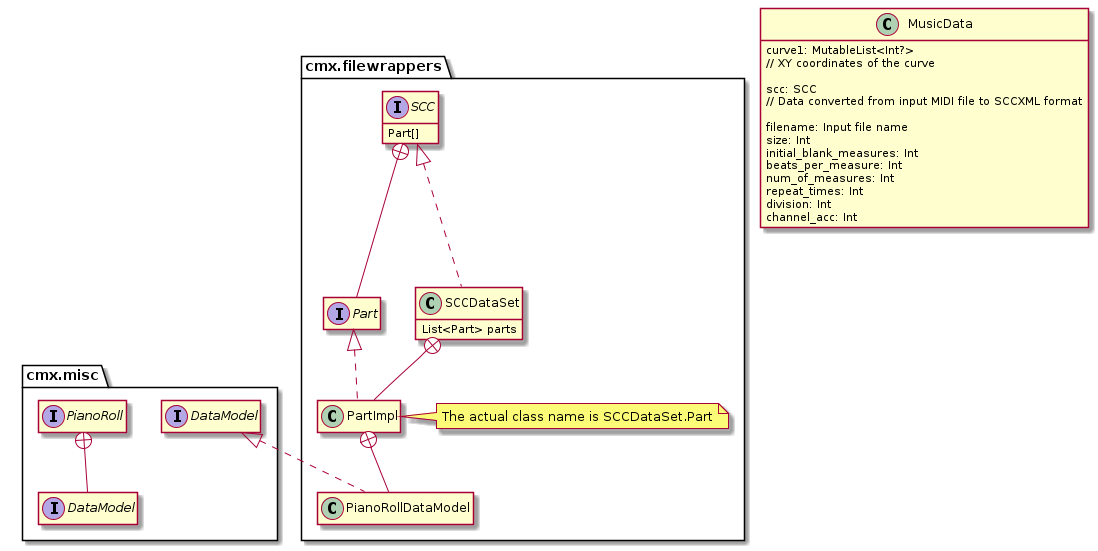
Before: diagrams/test3.png, a diagram exported from PlantUML (fujiij/plantuml).
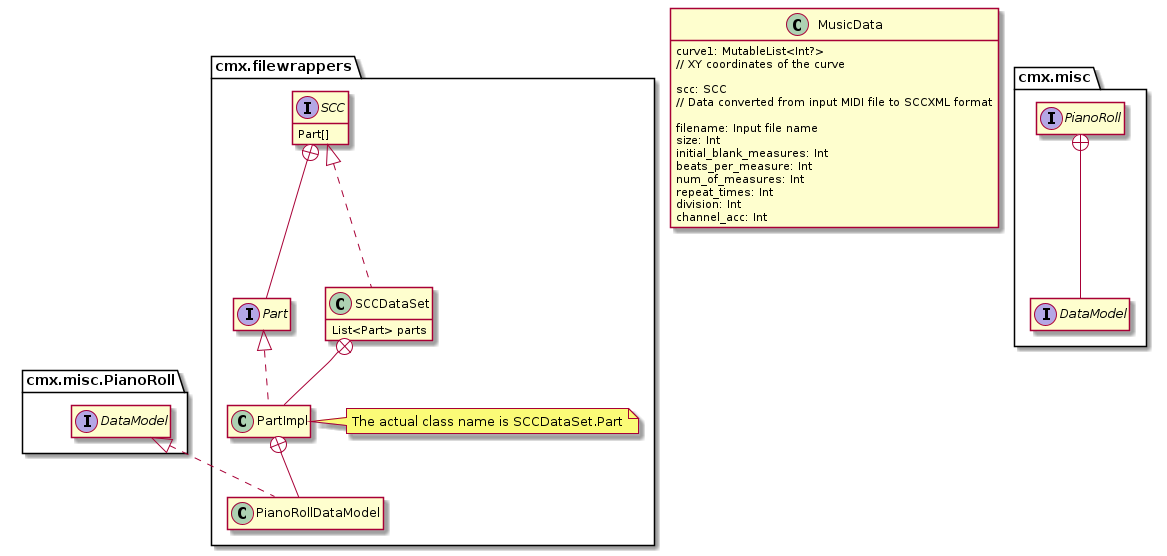
The same file after the commit.

Commit message:
Auto-generate PlantUML diagrams

Diff of the diagram source:
```diff
@@ -39,7 +39,7 @@
         The actual class name is SCCDataSet.Part
     end note
 
-    class PianoRollDataModel implements cmx.misc.DataModel
+    class PianoRollDataModel implements cmx.misc.PianoRoll.DataModel
     PartImpl +-- PianoRollDataModel
 }
 
```
